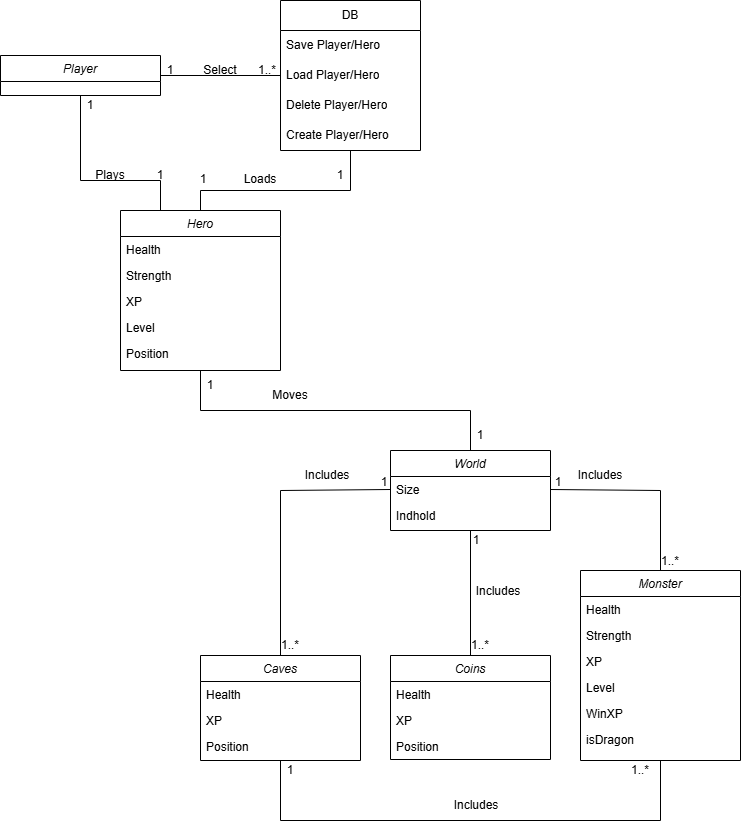
Earlier version of the draw.io export Dokumentations_includes/Domain model.drawio.png (FrederikVesterMingledSundew/softwareudvikling_aflevering). Source tidied: cells renumbered, new cells last; positions are measured from the earlier drawing's top-left corner, leaving out a move shared by most shapes.
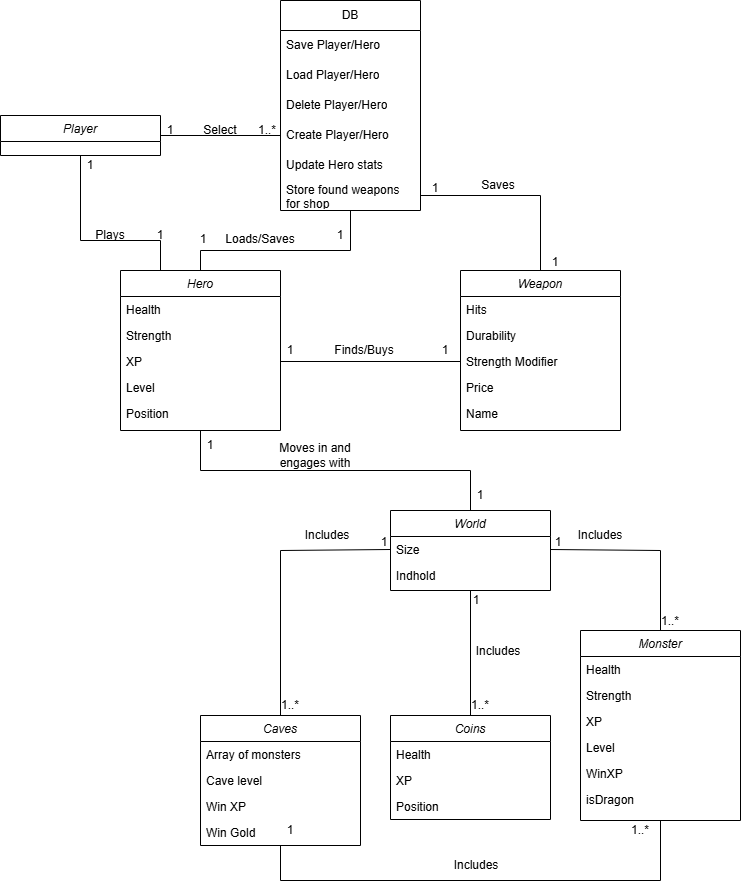
Above is the later version.

Change to the diagram source:
```diff
@@ -51,7 +51,7 @@
       <mxGeometry y="52" width="160" height="26" as="geometry" />
     </mxCell>
     <mxCell id="18" value="DB" style="swimlane;fontStyle=0;horizontal=1;startSize=30;whiteSpace=wrap;html=1;" parent="1" vertex="1">
-      <mxGeometry x="280" width="140" height="150" as="geometry" />
+      <mxGeometry x="280" y="-60" width="140" height="210" as="geometry" />
     </mxCell>
     <mxCell id="19" value="Save Player/Hero" style="text;strokeColor=none;fillColor=none;align=left;verticalAlign=middle;spacingLeft=4;spacingRight=4;overflow=hidden;whiteSpace=wrap;html=1;" parent="18" vertex="1">
       <mxGeometry y="30" width="140" height="30" as="geometry" />
@@ -62,13 +62,19 @@
     <mxCell id="21" value="Delete Player/Hero" style="text;strokeColor=none;fillColor=none;align=left;verticalAlign=middle;spacingLeft=4;spacingRight=4;overflow=hidden;whiteSpace=wrap;html=1;" parent="18" vertex="1">
       <mxGeometry y="90" width="140" height="30" as="geometry" />
     </mxCell>
+    <mxCell id="64" value="Create Player/Hero" style="text;strokeColor=none;fillColor=none;align=left;verticalAlign=middle;spacingLeft=4;spacingRight=4;overflow=hidden;points=[[0,0.5],[1,0.5]];portConstraint=eastwest;whiteSpace=wrap;html=1;" parent="18" vertex="1">
+      <mxGeometry y="120" width="140" height="30" as="geometry" />
+    </mxCell>
-    <mxCell id="22" value="Create Player/Hero" style="text;strokeColor=none;fillColor=none;align=left;verticalAlign=middle;spacingLeft=4;spacingRight=4;overflow=hidden;whiteSpace=wrap;html=1;" parent="18" vertex="1">
-      <mxGeometry y="120" width="140" height="30" as="geometry" />
+    <mxCell id="22" value="Update Hero stats" style="text;strokeColor=none;fillColor=none;align=left;verticalAlign=middle;spacingLeft=4;spacingRight=4;overflow=hidden;whiteSpace=wrap;html=1;" parent="18" vertex="1">
+      <mxGeometry y="150" width="140" height="30" as="geometry" />
     </mxCell>
+    <mxCell id="65" value="Store found weapons for shop" style="text;strokeColor=none;fillColor=none;align=left;verticalAlign=middle;spacingLeft=4;spacingRight=4;overflow=hidden;points=[[0,0.5],[1,0.5]];portConstraint=eastwest;whiteSpace=wrap;html=1;" parent="18" vertex="1">
+      <mxGeometry y="180" width="140" height="30" as="geometry" />
+    </mxCell>
     <mxCell id="23" value="Player" style="swimlane;fontStyle=2;align=center;verticalAlign=top;horizontal=1;startSize=26;rounded=0;shadow=0;strokeWidth=1;" parent="1" vertex="1">
       <mxGeometry y="55" width="160" height="40" as="geometry" />
     </mxCell>
-    <mxCell id="24" style="endArrow=none;html=1;rounded=0;exitX=1;exitY=0.5;exitDx=0;exitDy=0;entryX=0;entryY=0.5;entryDx=0;entryDy=0;" parent="1" edge="1" source="23" target="20">
+    <mxCell id="24" style="endArrow=none;html=1;rounded=0;exitX=1;exitY=0.5;exitDx=0;exitDy=0;entryX=0;entryY=0.5;entryDx=0;entryDy=0;" parent="1" edge="1" source="23" target="64">
       <mxGeometry relative="1" as="geometry" />
     </mxCell>
     <mxCell id="25" value="Coins" style="swimlane;fontStyle=2;align=center;verticalAlign=top;horizontal=1;startSize=26;rounded=0;shadow=0;strokeWidth=1;" parent="1" vertex="1">
@@ -99,16 +105,19 @@
       </mxGeometry>
     </mxCell>
     <mxCell id="31" value="Caves" style="swimlane;fontStyle=2;align=center;verticalAlign=top;horizontal=1;startSize=26;rounded=0;shadow=0;strokeWidth=1;" parent="1" vertex="1">
-      <mxGeometry x="200" y="655" width="160" height="105" as="geometry" />
+      <mxGeometry x="200" y="655" width="160" height="130" as="geometry" />
     </mxCell>
-    <mxCell id="32" value="Health" style="text;align=left;verticalAlign=top;spacingLeft=4;spacingRight=4;overflow=hidden;" parent="31" vertex="1">
+    <mxCell id="32" value="Array of monsters" style="text;align=left;verticalAlign=top;spacingLeft=4;spacingRight=4;overflow=hidden;" parent="31" vertex="1">
       <mxGeometry y="26" width="160" height="26" as="geometry" />
     </mxCell>
-    <mxCell id="33" value="XP" style="text;align=left;verticalAlign=top;spacingLeft=4;spacingRight=4;overflow=hidden;rounded=0;shadow=0;html=0;" parent="31" vertex="1">
+    <mxCell id="33" value="Cave level" style="text;align=left;verticalAlign=top;spacingLeft=4;spacingRight=4;overflow=hidden;rounded=0;shadow=0;html=0;" parent="31" vertex="1">
       <mxGeometry y="52" width="160" height="26" as="geometry" />
     </mxCell>
+    <mxCell id="66" value="Win XP" style="text;align=left;verticalAlign=top;spacingLeft=4;spacingRight=4;overflow=hidden;rounded=0;shadow=0;html=0;" parent="31" vertex="1">
+      <mxGeometry y="78" width="160" height="26" as="geometry" />
+    </mxCell>
-    <mxCell id="34" value="Position" style="text;align=left;verticalAlign=top;spacingLeft=4;spacingRight=4;overflow=hidden;rounded=0;shadow=0;html=0;" parent="31" vertex="1">
-      <mxGeometry y="78" width="160" height="26" as="geometry" />
+    <mxCell id="34" value="Win Gold" style="text;align=left;verticalAlign=top;spacingLeft=4;spacingRight=4;overflow=hidden;rounded=0;shadow=0;html=0;" parent="31" vertex="1">
+      <mxGeometry y="104" width="160" height="26" as="geometry" />
     </mxCell>
     <mxCell id="35" style="endArrow=none;html=1;rounded=0;exitX=0.5;exitY=0;exitDx=0;exitDy=0;entryX=0.5;entryY=1;entryDx=0;entryDy=0;" parent="1" edge="1" source="25" target="15">
       <mxGeometry relative="1" as="geometry" />
@@ -204,7 +213,7 @@
     <mxCell id="59" value="Plays" style="text;html=1;align=center;verticalAlign=middle;whiteSpace=wrap;rounded=0;" parent="1" vertex="1">
       <mxGeometry x="80" y="160" width="60" height="30" as="geometry" />
     </mxCell>
-    <mxCell id="60" value="Loads" style="text;html=1;align=center;verticalAlign=middle;whiteSpace=wrap;rounded=0;" parent="1" vertex="1">
+    <mxCell id="60" value="Loads/Saves" style="text;html=1;align=center;verticalAlign=middle;whiteSpace=wrap;rounded=0;" parent="1" vertex="1">
       <mxGeometry x="230" y="164" width="60" height="30" as="geometry" />
     </mxCell>
     <mxCell id="61" value="1" style="text;html=1;align=center;verticalAlign=middle;whiteSpace=wrap;rounded=0;" parent="1" vertex="1">
@@ -213,8 +222,54 @@
     <mxCell id="62" value="1" style="text;html=1;align=center;verticalAlign=middle;whiteSpace=wrap;rounded=0;" parent="1" vertex="1">
       <mxGeometry x="180" y="370" width="60" height="30" as="geometry" />
     </mxCell>
-    <mxCell id="63" value="Moves" style="text;html=1;align=center;verticalAlign=middle;whiteSpace=wrap;rounded=0;" parent="1" vertex="1">
-      <mxGeometry x="260" y="380" width="60" height="30" as="geometry" />
+    <mxCell id="63" value="Moves in and engages with" style="text;html=1;align=center;verticalAlign=middle;whiteSpace=wrap;rounded=0;" parent="1" vertex="1">
+      <mxGeometry x="260" y="380" width="110" height="30" as="geometry" />
     </mxCell>
+    <mxCell id="67" value="Weapon" style="swimlane;fontStyle=2;align=center;verticalAlign=top;horizontal=1;startSize=26;rounded=0;shadow=0;strokeWidth=1;" parent="1" vertex="1">
+      <mxGeometry x="460" y="210" width="160" height="160" as="geometry" />
+    </mxCell>
+    <mxCell id="68" value="Hits" style="text;align=left;verticalAlign=top;spacingLeft=4;spacingRight=4;overflow=hidden;" parent="67" vertex="1">
+      <mxGeometry y="26" width="160" height="26" as="geometry" />
+    </mxCell>
+    <mxCell id="69" value="Durability" style="text;align=left;verticalAlign=top;spacingLeft=4;spacingRight=4;overflow=hidden;rounded=0;shadow=0;html=0;" parent="67" vertex="1">
+      <mxGeometry y="52" width="160" height="26" as="geometry" />
+    </mxCell>
+    <mxCell id="70" value="Strength Modifier" style="text;align=left;verticalAlign=top;spacingLeft=4;spacingRight=4;overflow=hidden;points=[[0,0.5],[1,0.5]];portConstraint=eastwest;rounded=0;shadow=0;html=0;" parent="67" vertex="1">
+      <mxGeometry y="78" width="160" height="26" as="geometry" />
+    </mxCell>
+    <mxCell id="71" value="Price" style="text;align=left;verticalAlign=top;spacingLeft=4;spacingRight=4;overflow=hidden;rounded=0;shadow=0;html=0;" parent="67" vertex="1">
+      <mxGeometry y="104" width="160" height="26" as="geometry" />
+    </mxCell>
+    <mxCell id="72" value="Name" style="text;align=left;verticalAlign=top;spacingLeft=4;spacingRight=4;overflow=hidden;rounded=0;shadow=0;html=0;" parent="67" vertex="1">
+      <mxGeometry y="130" width="160" height="26" as="geometry" />
+    </mxCell>
+    <mxCell id="73" style="endArrow=none;html=1;rounded=0;exitX=1;exitY=0.5;exitDx=0;exitDy=0;entryX=0;entryY=0.5;entryDx=0;entryDy=0;" parent="1" edge="1" source="5" target="70">
+      <mxGeometry relative="1" as="geometry" />
+    </mxCell>
+    <mxCell id="74" value="Finds/Buys" style="text;html=1;align=center;verticalAlign=middle;whiteSpace=wrap;rounded=0;" parent="1" vertex="1">
+      <mxGeometry x="334" y="275" width="60" height="30" as="geometry" />
+    </mxCell>
+    <mxCell id="75" value="1" style="text;html=1;align=center;verticalAlign=middle;whiteSpace=wrap;rounded=0;" parent="1" vertex="1">
+      <mxGeometry x="260" y="275" width="60" height="30" as="geometry" />
+    </mxCell>
+    <mxCell id="76" value="1" style="text;html=1;align=center;verticalAlign=middle;whiteSpace=wrap;rounded=0;" parent="1" vertex="1">
+      <mxGeometry x="430" y="275" width="30" height="30" as="geometry" />
+    </mxCell>
+    <mxCell id="77" style="endArrow=none;html=1;rounded=0;exitX=0.5;exitY=0;exitDx=0;exitDy=0;entryX=1;entryY=0.5;entryDx=0;entryDy=0;" parent="1" edge="1" source="67" target="65">
+      <mxGeometry relative="1" as="geometry">
+        <Array as="points">
+          <mxPoint x="540" y="135" />
+        </Array>
+      </mxGeometry>
+    </mxCell>
+    <mxCell id="78" value="Saves" style="text;html=1;align=center;verticalAlign=middle;whiteSpace=wrap;rounded=0;" parent="1" vertex="1">
+      <mxGeometry x="468" y="110" width="60" height="30" as="geometry" />
+    </mxCell>
+    <mxCell id="79" value="1" style="text;html=1;align=center;verticalAlign=middle;whiteSpace=wrap;rounded=0;" parent="1" vertex="1">
+      <mxGeometry x="420" y="120" width="30" height="15" as="geometry" />
+    </mxCell>
+    <mxCell id="80" value="1" style="text;html=1;align=center;verticalAlign=middle;whiteSpace=wrap;rounded=0;" parent="1" vertex="1">
+      <mxGeometry x="540" y="194" width="30" height="15" as="geometry" />
+    </mxCell>
   </root>
 </mxGraphModel>
```
